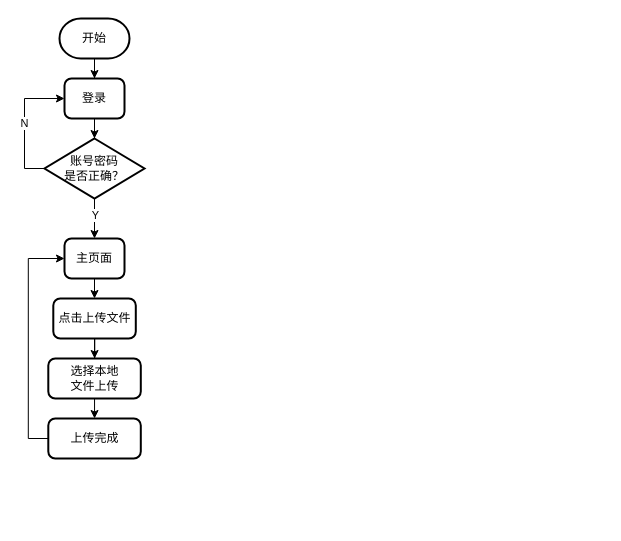
ppp-203/ppp-203 keeps this draw.io diagram as liucheng2.drawio. Above is the earlier version. Source tidied: cells renumbered, new cells numbered last; positions are measured from the earlier drawing's top-left corner, leaving out a move shared by most shapes. Both pictures are drawn from the tidied source at 100%, with x=0, y=0 at pixel (44, 18).
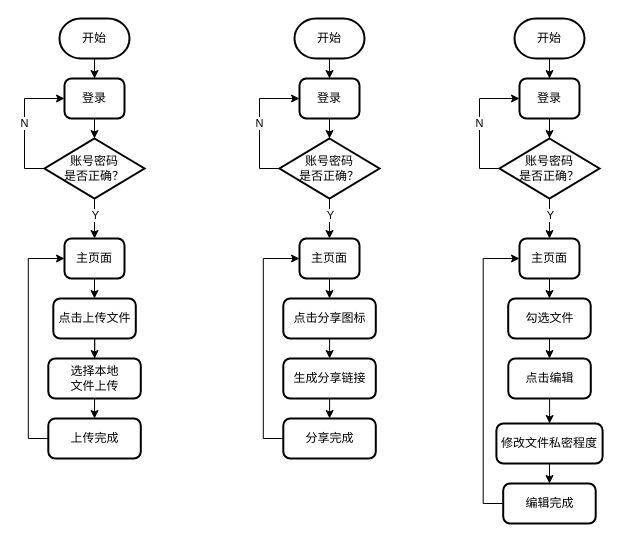
After the change.

What changed in the source:
```diff
@@
+    <mxCell id="18" style="edgeStyle=orthogonalEdgeStyle;rounded=0;jettySize=auto;html=1;" parent="1" edge="1" source="19" target="21">
+      <mxGeometry relative="1" as="geometry" />
+    </mxCell>
+    <mxCell id="19" value="开始" style="strokeWidth=2;html=1;shape=mxgraph.flowchart.terminator;whiteSpace=wrap;strokeColor=#000000;shadow=0;" parent="1" vertex="1">
+      <mxGeometry x="250" width="70" height="40" as="geometry" />
+    </mxCell>
+    <mxCell id="20" style="edgeStyle=orthogonalEdgeStyle;rounded=0;jettySize=auto;html=1;entryX=0.5;entryY=0;entryDx=0;entryDy=0;entryPerimeter=0;" parent="1" edge="1" source="21" target="25">
+      <mxGeometry relative="1" as="geometry" />
+    </mxCell>
+    <mxCell id="21" value="登录" style="rounded=1;whiteSpace=wrap;html=1;absoluteArcSize=1;arcSize=14;strokeWidth=2;shadow=0;" parent="1" vertex="1">
+      <mxGeometry x="255" y="60" width="60" height="40" as="geometry" />
+    </mxCell>
+    <mxCell id="22" style="edgeStyle=orthogonalEdgeStyle;rounded=0;jettySize=auto;html=1;entryX=0.5;entryY=0;entryDx=0;entryDy=0;" parent="1" edge="1" source="25" target="26">
+      <mxGeometry relative="1" as="geometry" />
+    </mxCell>
+    <mxCell id="23" value="Y" style="edgeLabel;html=1;align=center;verticalAlign=middle;" parent="22" vertex="1">
+      <mxGeometry x="-0.22" relative="1" as="geometry" />
+    </mxCell>
+    <mxCell id="24" value="N" style="edgeStyle=orthogonalEdgeStyle;rounded=0;jettySize=auto;html=1;entryX=0;entryY=0.5;entryDx=0;entryDy=0;exitX=0;exitY=0.5;exitDx=0;exitDy=0;exitPerimeter=0;" parent="1" edge="1" source="25" target="21">
+      <mxGeometry relative="1" as="geometry" />
+    </mxCell>
+    <mxCell id="25" value="账号密码&lt;br&gt;是否正确？" style="strokeWidth=2;html=1;shape=mxgraph.flowchart.decision;whiteSpace=wrap;shadow=0;" parent="1" vertex="1">
+      <mxGeometry x="235" y="120" width="100" height="60" as="geometry" />
+    </mxCell>
+    <mxCell id="26" value="主页面" style="rounded=1;whiteSpace=wrap;html=1;absoluteArcSize=1;arcSize=14;strokeWidth=2;shadow=0;" parent="1" vertex="1">
+      <mxGeometry x="255" y="220" width="60" height="40" as="geometry" />
+    </mxCell>
+    <mxCell id="27" style="edgeStyle=orthogonalEdgeStyle;rounded=0;jettySize=auto;html=1;exitX=0.5;exitY=1;exitDx=0;exitDy=0;" parent="1" edge="1" source="26" target="29">
+      <mxGeometry relative="1" as="geometry" />
+    </mxCell>
+    <mxCell id="28" style="edgeStyle=orthogonalEdgeStyle;rounded=0;jettySize=auto;html=1;entryX=0.5;entryY=0;entryDx=0;entryDy=0;" parent="1" edge="1" source="29" target="49">
+      <mxGeometry relative="1" as="geometry" />
+    </mxCell>
+    <mxCell id="29" value="点击分享图标" style="rounded=1;whiteSpace=wrap;html=1;absoluteArcSize=1;arcSize=14;strokeWidth=2;shadow=0;" parent="1" vertex="1">
+      <mxGeometry x="238.8" y="280" width="92.5" height="40" as="geometry" />
+    </mxCell>
+    <mxCell id="30" style="edgeStyle=orthogonalEdgeStyle;rounded=0;jettySize=auto;html=1;entryX=0;entryY=0.5;entryDx=0;entryDy=0;exitX=0;exitY=0.5;exitDx=0;exitDy=0;" parent="1" edge="1" source="31" target="26">
+      <mxGeometry relative="1" as="geometry" />
+    </mxCell>
+    <mxCell id="31" value="分享完成" style="rounded=1;whiteSpace=wrap;html=1;absoluteArcSize=1;arcSize=14;strokeWidth=2;shadow=0;" parent="1" vertex="1">
+      <mxGeometry x="238.8" y="400" width="92.5" height="40" as="geometry" />
+    </mxCell>
+    <mxCell id="32" style="edgeStyle=orthogonalEdgeStyle;rounded=0;jettySize=auto;html=1;" parent="1" edge="1" source="33" target="35">
+      <mxGeometry relative="1" as="geometry" />
+    </mxCell>
+    <mxCell id="33" value="开始" style="strokeWidth=2;html=1;shape=mxgraph.flowchart.terminator;whiteSpace=wrap;strokeColor=#000000;shadow=0;" parent="1" vertex="1">
+      <mxGeometry x="470" width="70" height="40" as="geometry" />
+    </mxCell>
+    <mxCell id="34" style="edgeStyle=orthogonalEdgeStyle;rounded=0;jettySize=auto;html=1;entryX=0.5;entryY=0;entryDx=0;entryDy=0;entryPerimeter=0;" parent="1" edge="1" source="35" target="39">
+      <mxGeometry relative="1" as="geometry" />
+    </mxCell>
+    <mxCell id="35" value="登录" style="rounded=1;whiteSpace=wrap;html=1;absoluteArcSize=1;arcSize=14;strokeWidth=2;shadow=0;" parent="1" vertex="1">
+      <mxGeometry x="475" y="60" width="60" height="40" as="geometry" />
+    </mxCell>
+    <mxCell id="36" style="edgeStyle=orthogonalEdgeStyle;rounded=0;jettySize=auto;html=1;entryX=0.5;entryY=0;entryDx=0;entryDy=0;" parent="1" edge="1" source="39" target="41">
+      <mxGeometry relative="1" as="geometry" />
+    </mxCell>
+    <mxCell id="37" value="Y" style="edgeLabel;html=1;align=center;verticalAlign=middle;" parent="36" vertex="1">
+      <mxGeometry x="-0.22" relative="1" as="geometry" />
+    </mxCell>
+    <mxCell id="38" value="N" style="edgeStyle=orthogonalEdgeStyle;rounded=0;jettySize=auto;html=1;entryX=0;entryY=0.5;entryDx=0;entryDy=0;exitX=0;exitY=0.5;exitDx=0;exitDy=0;exitPerimeter=0;" parent="1" edge="1" source="39" target="35">
+      <mxGeometry relative="1" as="geometry" />
+    </mxCell>
+    <mxCell id="39" value="账号密码&lt;br&gt;是否正确？" style="strokeWidth=2;html=1;shape=mxgraph.flowchart.decision;whiteSpace=wrap;shadow=0;" parent="1" vertex="1">
+      <mxGeometry x="455" y="120" width="100" height="60" as="geometry" />
+    </mxCell>
+    <mxCell id="40" style="edgeStyle=orthogonalEdgeStyle;rounded=0;jettySize=auto;html=1;entryX=0.5;entryY=0;entryDx=0;entryDy=0;" parent="1" edge="1" source="41" target="51">
+      <mxGeometry relative="1" as="geometry" />
+    </mxCell>
+    <mxCell id="41" value="主页面" style="rounded=1;whiteSpace=wrap;html=1;absoluteArcSize=1;arcSize=14;strokeWidth=2;shadow=0;" parent="1" vertex="1">
+      <mxGeometry x="475" y="220" width="60" height="40" as="geometry" />
+    </mxCell>
+    <mxCell id="42" style="edgeStyle=orthogonalEdgeStyle;rounded=0;jettySize=auto;html=1;" parent="1" edge="1" source="43" target="45">
+      <mxGeometry relative="1" as="geometry" />
+    </mxCell>
+    <mxCell id="43" value="点击编辑" style="rounded=1;whiteSpace=wrap;html=1;absoluteArcSize=1;arcSize=14;strokeWidth=2;shadow=0;" parent="1" vertex="1">
+      <mxGeometry x="463.8" y="340" width="82.5" height="40" as="geometry" />
+    </mxCell>
+    <mxCell id="44" style="edgeStyle=orthogonalEdgeStyle;rounded=0;jettySize=auto;html=1;exitX=0.5;exitY=1;exitDx=0;exitDy=0;entryX=0.5;entryY=0;entryDx=0;entryDy=0;" parent="1" edge="1" source="45">
+      <mxGeometry relative="1" as="geometry">
+        <mxPoint x="505" y="465" as="targetPoint" />
+      </mxGeometry>
+    </mxCell>
+    <mxCell id="45" value="修改文件私密程度" style="rounded=1;whiteSpace=wrap;html=1;absoluteArcSize=1;arcSize=14;strokeWidth=2;shadow=0;" parent="1" vertex="1">
+      <mxGeometry x="451.9" y="405" width="106.2" height="40" as="geometry" />
+    </mxCell>
+    <mxCell id="46" style="edgeStyle=orthogonalEdgeStyle;rounded=0;jettySize=auto;html=1;entryX=0;entryY=0.5;entryDx=0;entryDy=0;exitX=0;exitY=0.5;exitDx=0;exitDy=0;" parent="1" edge="1" source="47" target="41">
+      <mxGeometry relative="1" as="geometry" />
+    </mxCell>
+    <mxCell id="47" value="编辑完成" style="rounded=1;whiteSpace=wrap;html=1;absoluteArcSize=1;arcSize=14;strokeWidth=2;shadow=0;" parent="1" vertex="1">
+      <mxGeometry x="458.7" y="465" width="92.5" height="40" as="geometry" />
+    </mxCell>
+    <mxCell id="48" style="edgeStyle=orthogonalEdgeStyle;rounded=0;jettySize=auto;html=1;entryX=0.5;entryY=0;entryDx=0;entryDy=0;" parent="1" edge="1" source="49" target="31">
+      <mxGeometry relative="1" as="geometry" />
+    </mxCell>
+    <mxCell id="49" value="生成分享链接" style="rounded=1;whiteSpace=wrap;html=1;absoluteArcSize=1;arcSize=14;strokeWidth=2;shadow=0;" parent="1" vertex="1">
+      <mxGeometry x="238.8" y="340" width="92.5" height="40" as="geometry" />
+    </mxCell>
+    <mxCell id="50" style="edgeStyle=orthogonalEdgeStyle;rounded=0;jettySize=auto;html=1;" parent="1" edge="1" source="51" target="43">
+      <mxGeometry relative="1" as="geometry" />
+    </mxCell>
+    <mxCell id="51" value="勾选文件" style="rounded=1;whiteSpace=wrap;html=1;absoluteArcSize=1;arcSize=14;strokeWidth=2;shadow=0;" parent="1" vertex="1">
+      <mxGeometry x="463.7" y="280" width="82.5" height="40" as="geometry" />
+    </mxCell>
```
